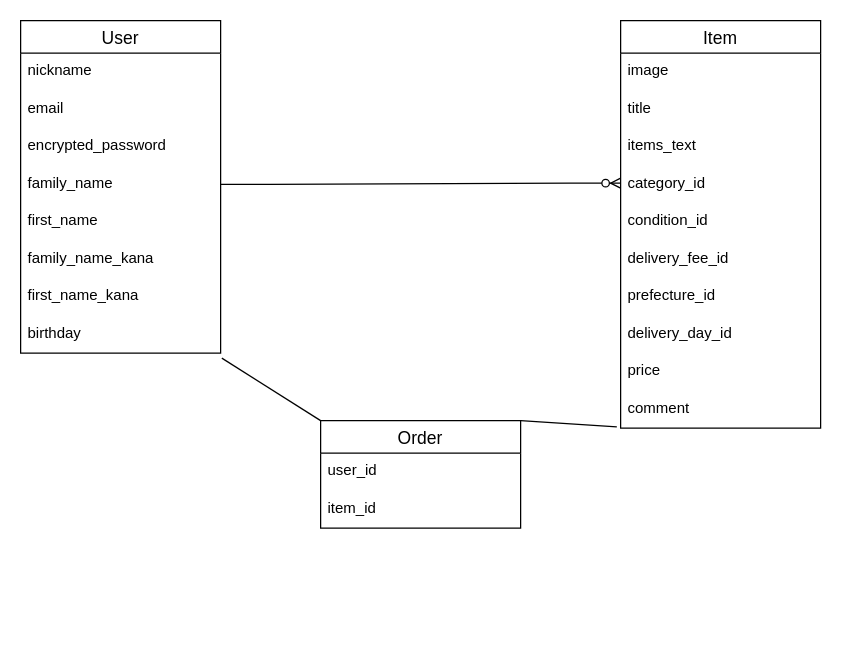
Above: furima.dio in tomo1123/furima-39631 (draw.io), before the change. Source tidied: cells renumbered, new cells numbered last; positions are measured from the earlier drawing's top-left corner, leaving out a move shared by most shapes. Both pictures are drawn from the tidied source at 125%, with x=0, y=0 at pixel (20, 20).
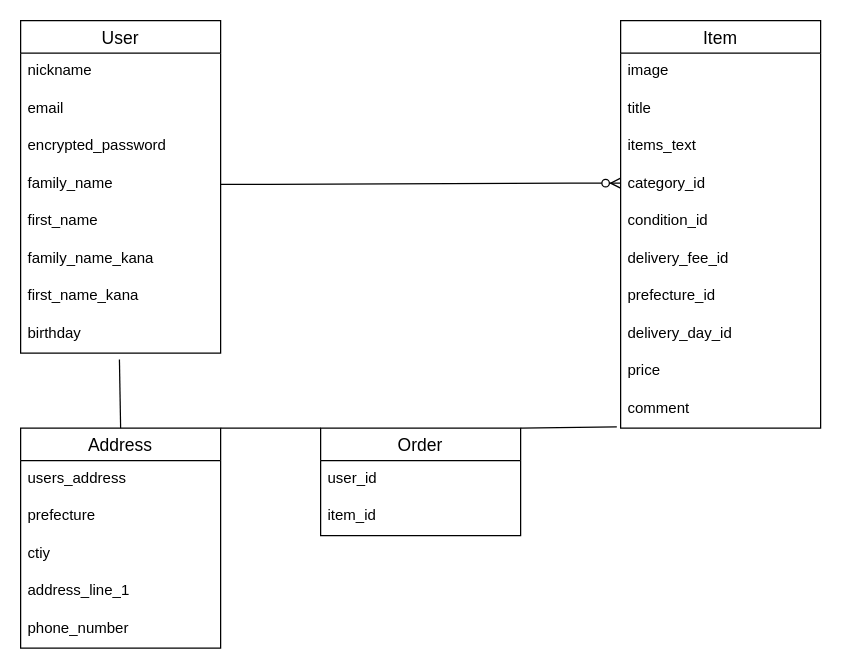
The same page after the edit.

The change refers to these unchanged cells:
```xml
<mxCell id="10" value="birthday" style="text;strokeColor=none;fillColor=none;spacingLeft=4;spacingRight=4;overflow=hidden;points=[[0,0.5],[1,0.5]];portConstraint=eastwest;fontSize=12;" parent="2" vertex="1">
  <mxGeometry y="236" width="160" height="30" as="geometry" />
</mxCell>
```

The edit, as a diff of the source:
```diff
@@
     <mxCell id="22" value="Order" style="swimlane;fontStyle=0;horizontal=1;startSize=26;align=center;fontSize=14;" parent="1" vertex="1">
-      <mxGeometry x="240" y="320" width="160" height="86" as="geometry" />
+      <mxGeometry x="240" y="326" width="160" height="86" as="geometry" />
     </mxCell>
@@
-    <mxCell id="26" style="endArrow=none;html=1;rounded=0;entryX=0;entryY=0;entryDx=0;entryDy=0;exitX=1.006;exitY=1.133;exitDx=0;exitDy=0;exitPerimeter=0;" parent="1" edge="1" source="10" target="22">
+    <mxCell id="26" style="endArrow=none;html=1;rounded=0;entryX=0;entryY=0;entryDx=0;entryDy=0;exitX=1;exitY=0;exitDx=0;exitDy=0;" parent="1" edge="1" source="28" target="22">
       <mxGeometry relative="1" as="geometry" />
     </mxCell>
@@
+    <mxCell id="28" value="Address" style="swimlane;fontStyle=0;horizontal=1;startSize=26;align=center;fontSize=14;" parent="1" vertex="1">
+      <mxGeometry y="326" width="160" height="176" as="geometry" />
+    </mxCell>
+    <mxCell id="29" value="users_address" style="text;strokeColor=none;fillColor=none;spacingLeft=4;spacingRight=4;overflow=hidden;fontSize=12;" parent="28" vertex="1">
+      <mxGeometry y="26" width="160" height="30" as="geometry" />
+    </mxCell>
+    <mxCell id="30" value="prefecture" style="text;strokeColor=none;fillColor=none;spacingLeft=4;spacingRight=4;overflow=hidden;fontSize=12;" parent="28" vertex="1">
+      <mxGeometry y="56" width="160" height="30" as="geometry" />
+    </mxCell>
+    <mxCell id="31" value="ctiy" style="text;strokeColor=none;fillColor=none;spacingLeft=4;spacingRight=4;overflow=hidden;fontSize=12;" parent="28" vertex="1">
+      <mxGeometry y="86" width="160" height="30" as="geometry" />
+    </mxCell>
+    <mxCell id="32" value="address_line_1" style="text;strokeColor=none;fillColor=none;spacingLeft=4;spacingRight=4;overflow=hidden;fontSize=12;" parent="28" vertex="1">
+      <mxGeometry y="116" width="160" height="30" as="geometry" />
+    </mxCell>
+    <mxCell id="33" value="phone_number" style="text;strokeColor=none;fillColor=none;spacingLeft=4;spacingRight=4;overflow=hidden;fontSize=12;" parent="28" vertex="1">
+      <mxGeometry y="146" width="160" height="30" as="geometry" />
+    </mxCell>
+    <mxCell id="34" style="endArrow=none;html=1;rounded=0;entryX=0.5;entryY=0;entryDx=0;entryDy=0;exitX=0.494;exitY=1.167;exitDx=0;exitDy=0;exitPerimeter=0;" parent="1" edge="1" source="10" target="28">
+      <mxGeometry relative="1" as="geometry" />
+    </mxCell>
```
